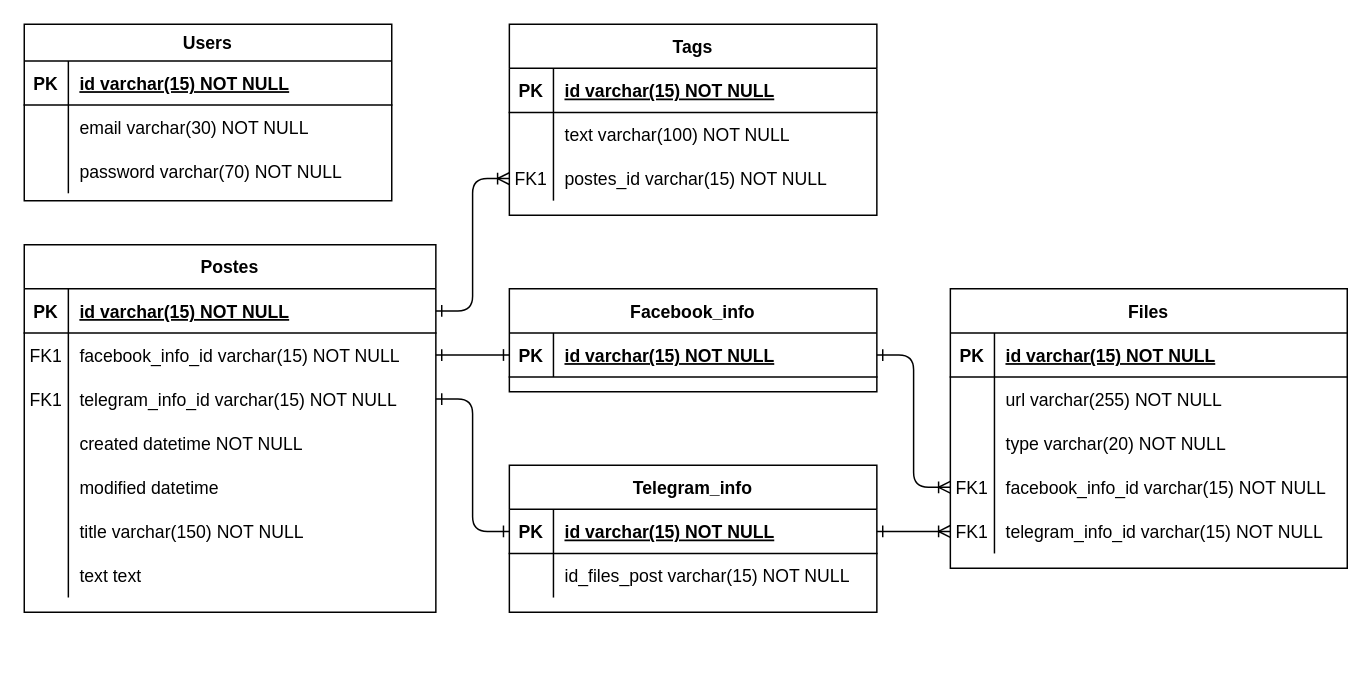
Before: BD.drawio in VanyaKupnevskij/postes_services, a draw.io diagram. Source tidied: cells renumbered, new cells numbered last; positions are measured from the earlier drawing's top-left corner, leaving out a move shared by most shapes. Both pictures are drawn from the tidied source at 147%, with x=0, y=0 at pixel (24, 24).
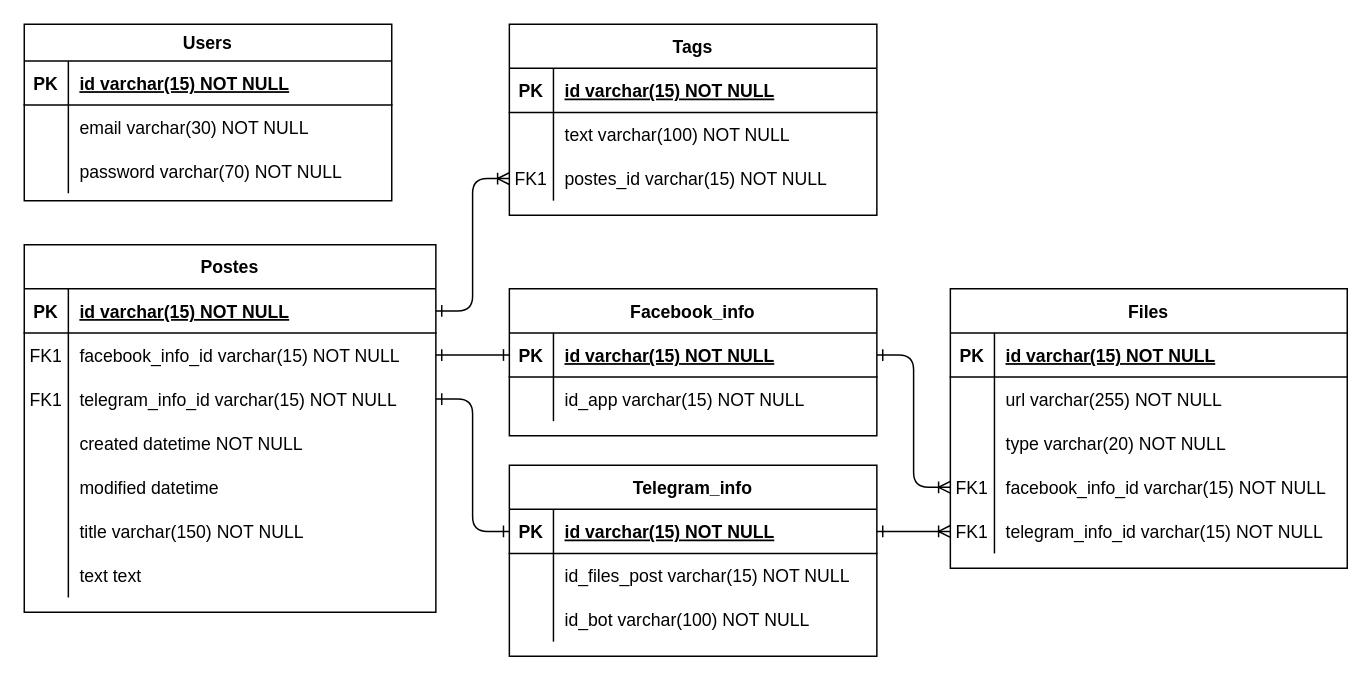
The same page after the edit.

The edit, as a diff of the source:
```diff
@@
     <mxCell id="24" value="Facebook_info" style="shape=table;startSize=30;childLayout=tableLayout;rowLines=0;fontStyle=1;align=center;" parent="1" vertex="1">
-      <mxGeometry x="330" y="180" width="250" height="70" as="geometry" />
+      <mxGeometry x="330" y="180" width="250" height="100" as="geometry" />
     </mxCell>
@@
+    <mxCell id="76" style="shape=partialRectangle;fillColor=none;top=0;left=0;right=0;bottom=0;" parent="24" vertex="1">
+      <mxGeometry y="60" width="250" height="30" as="geometry" />
+    </mxCell>
+    <mxCell id="77" style="shape=partialRectangle;overflow=hidden;fillColor=none;top=0;left=0;bottom=0;right=0;" parent="76" vertex="1">
+      <mxGeometry width="30" height="30" as="geometry" />
+    </mxCell>
+    <mxCell id="78" value="id_app varchar(15) NOT NULL" style="shape=partialRectangle;overflow=hidden;fillColor=none;top=0;left=0;bottom=0;right=0;align=left;spacingLeft=6;" parent="76" vertex="1">
+      <mxGeometry x="30" width="220" height="30" as="geometry" />
+    </mxCell>
@@
     <mxCell id="55" value="Telegram_info" style="shape=table;startSize=30;childLayout=tableLayout;rowLines=0;fontStyle=1;align=center;" parent="1" vertex="1">
-      <mxGeometry x="330" y="300" width="250" height="100" as="geometry" />
+      <mxGeometry x="330" y="300" width="250" height="130" as="geometry" />
     </mxCell>
@@
+    <mxCell id="79" style="shape=partialRectangle;fillColor=none;top=0;left=0;right=0;bottom=0;" parent="55" vertex="1">
+      <mxGeometry y="90" width="250" height="30" as="geometry" />
+    </mxCell>
+    <mxCell id="80" style="shape=partialRectangle;overflow=hidden;fillColor=none;top=0;left=0;bottom=0;right=0;" parent="79" vertex="1">
+      <mxGeometry width="30" height="30" as="geometry" />
+    </mxCell>
+    <mxCell id="81" value="id_bot varchar(100) NOT NULL" style="shape=partialRectangle;overflow=hidden;fillColor=none;top=0;left=0;bottom=0;right=0;align=left;spacingLeft=6;" parent="79" vertex="1">
+      <mxGeometry x="30" width="220" height="30" as="geometry" />
+    </mxCell>
```
